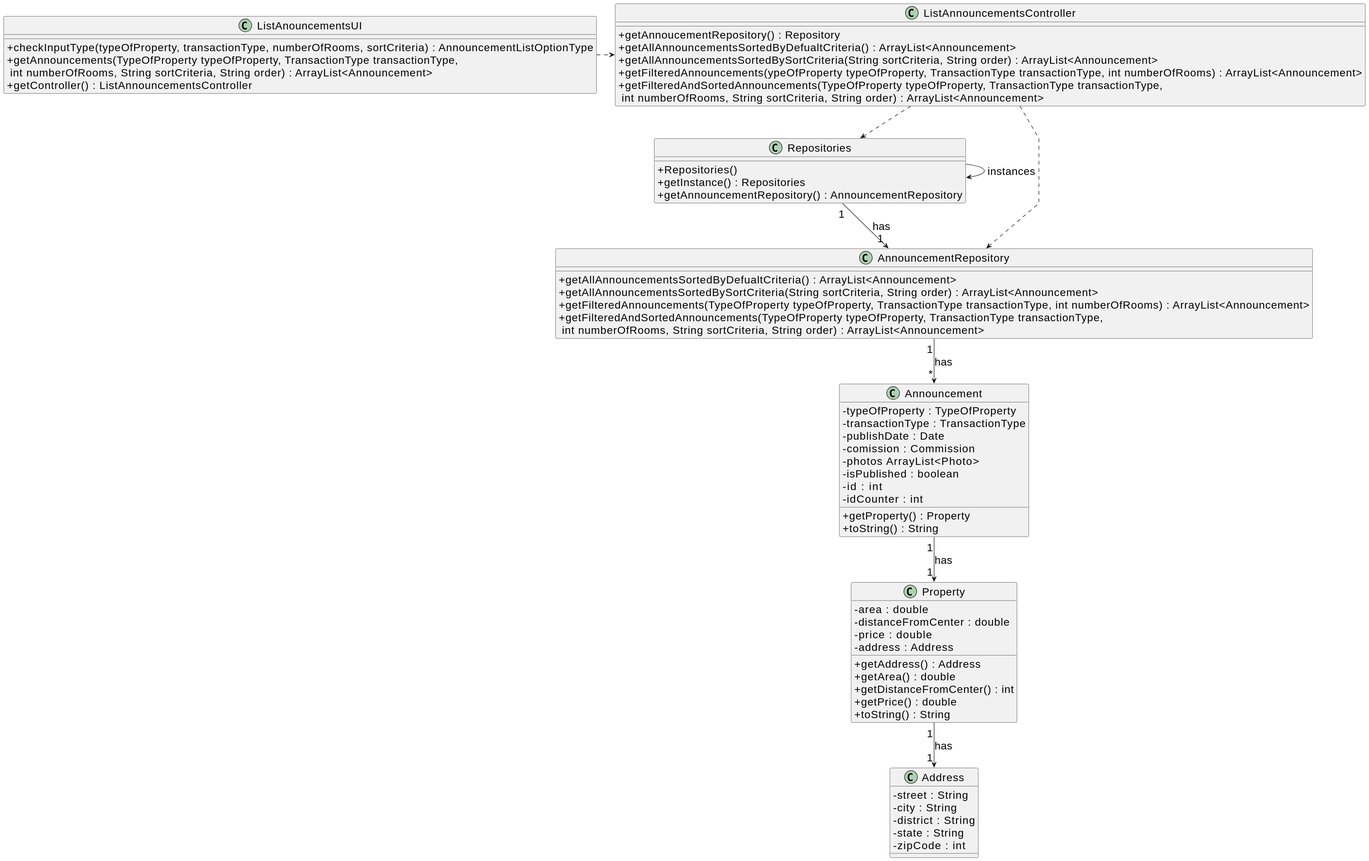
The PlantUML diagram docs/sprintC/us001/03.design/svg/us001-class-diagram.svg in Goncalves2525/real-estate-management-system, before a commit. The source it was exported from:
```plantuml
@startuml
skinparamlocked defaultFontSize 20
skinparam packageStyle rectangle
skinparam shadowing false
skinparam linetype polyline

skinparam classAttributeIconSize 0

class Property{
      - area : double
      - distanceFromCenter : double
      - price : double
      - address : Address
      + getAddress() : Address
      + getArea() : double
      + getDistanceFromCenter() : int
      + getPrice() : double
      + toString() : String
}

class Announcement {
   - typeOfProperty : TypeOfProperty
   - transactionType : TransactionType
   - publishDate : Date
   - comission : Commission
   - photos ArrayList<Photo>
   - isPublished : boolean
   - id : int
   - idCounter : int
   + getProperty() : Property
   + toString() : String
}

class AnnouncementRepository {
    +getAllAnnouncementsSortedByDefualtCriteria() : ArrayList<Announcement>
    +getAllAnnouncementsSortedBySortCriteria(String sortCriteria, String order) : ArrayList<Announcement>
    +getFilteredAnnouncements(TypeOfProperty typeOfProperty, TransactionType transactionType, int numberOfRooms) : ArrayList<Announcement>
    +getFilteredAndSortedAnnouncements(TypeOfProperty typeOfProperty, TransactionType transactionType,\n int numberOfRooms, String sortCriteria, String order) : ArrayList<Announcement>
}

class Repositories {
    +Repositories()
    +getInstance() : Repositories
    +getAnnouncementRepository() : AnnouncementRepository
}

class ListAnnouncementsController {
     +getAnnoucementRepository() : Repository
     +getAllAnnouncementsSortedByDefualtCriteria() : ArrayList<Announcement>
     +getAllAnnouncementsSortedBySortCriteria(String sortCriteria, String order) : ArrayList<Announcement>
     +getFilteredAnnouncements(ypeOfProperty typeOfProperty, TransactionType transactionType, int numberOfRooms) : ArrayList<Announcement>
     +getFilteredAndSortedAnnouncements(TypeOfProperty typeOfProperty, TransactionType transactionType,\n int numberOfRooms, String sortCriteria, String order) : ArrayList<Announcement>
}

class ListAnouncementsUI {
    +checkInputType(typeOfProperty, transactionType, numberOfRooms, sortCriteria) : AnnouncementListOptionType
    +getAnnouncements(TypeOfProperty typeOfProperty, TransactionType transactionType,\n int numberOfRooms, String sortCriteria, String order) : ArrayList<Announcement>
    +getController() : ListAnnouncementsController
}

class Address{
    - street : String
    - city : String
    - district : String
    - state : String
    - zipCode : int
}

Repositories -> Repositories : instances

ListAnouncementsUI .> ListAnnouncementsController

ListAnnouncementsController ..> Repositories

Repositories "1" --> "1" AnnouncementRepository : has

ListAnnouncementsController ..> AnnouncementRepository

AnnouncementRepository "1" --> "*" Announcement : has

Announcement "1" --> "1" Property : has

Property "1" --> "1" Address : has
@enduml
```
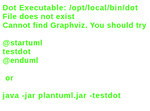
The same diagram one commit later.

Change to the diagram source:
```diff
@@ -6,79 +6,52 @@
 
 skinparam classAttributeIconSize 0
 
-class Property{
-      - area : double
-      - distanceFromCenter : double
-      - price : double
-      - address : Address
-      + getAddress() : Address
-      + getArea() : double
-      + getDistanceFromCenter() : int
-      + getPrice() : double
-      + toString() : String
+class UserSession{
 }
 
-class Announcement {
-   - typeOfProperty : TypeOfProperty
-   - transactionType : TransactionType
-   - publishDate : Date
-   - comission : Commission
-   - photos ArrayList<Photo>
-   - isPublished : boolean
-   - id : int
-   - idCounter : int
-   + getProperty() : Property
-   + toString() : String
+class AuthenticationFacade {
 }
 
-class AnnouncementRepository {
-    +getAllAnnouncementsSortedByDefualtCriteria() : ArrayList<Announcement>
-    +getAllAnnouncementsSortedBySortCriteria(String sortCriteria, String order) : ArrayList<Announcement>
-    +getFilteredAnnouncements(TypeOfProperty typeOfProperty, TransactionType transactionType, int numberOfRooms) : ArrayList<Announcement>
-    +getFilteredAndSortedAnnouncements(TypeOfProperty typeOfProperty, TransactionType transactionType,\n int numberOfRooms, String sortCriteria, String order) : ArrayList<Announcement>
+class AuthenticationRepository {
 }
 
 class Repositories {
-    +Repositories()
-    +getInstance() : Repositories
-    +getAnnouncementRepository() : AnnouncementRepository
 }
 
-class ListAnnouncementsController {
-     +getAnnoucementRepository() : Repository
-     +getAllAnnouncementsSortedByDefualtCriteria() : ArrayList<Announcement>
-     +getAllAnnouncementsSortedBySortCriteria(String sortCriteria, String order) : ArrayList<Announcement>
-     +getFilteredAnnouncements(ypeOfProperty typeOfProperty, TransactionType transactionType, int numberOfRooms) : ArrayList<Announcement>
-     +getFilteredAndSortedAnnouncements(TypeOfProperty typeOfProperty, TransactionType transactionType,\n int numberOfRooms, String sortCriteria, String order) : ArrayList<Announcement>
+class CreateOrderController {
 }
 
-class ListAnouncementsUI {
-    +checkInputType(typeOfProperty, transactionType, numberOfRooms, sortCriteria) : AnnouncementListOptionType
-    +getAnnouncements(TypeOfProperty typeOfProperty, TransactionType transactionType,\n int numberOfRooms, String sortCriteria, String order) : ArrayList<Announcement>
-    +getController() : ListAnnouncementsController
+class CreateOrderUI {
 }
 
-class Address{
-    - street : String
-    - city : String
-    - district : String
-    - state : String
-    - zipCode : int
+class User{
+}
+
+class OrderRepository{
+}
+
+class Order{
 }
 
 Repositories -> Repositories : instances
 
-ListAnouncementsUI .> ListAnnouncementsController
+CreateOrderUI .> CreateOrderController
 
-ListAnnouncementsController ..> Repositories
+CreateOrderController ..> Repositories
 
-Repositories "1" --> "1" AnnouncementRepository : has
+Repositories "1" --> "1" AuthenticationRepository : has
 
-ListAnnouncementsController ..> AnnouncementRepository
+CreateOrderController ..> AuthenticationRepository
 
-AnnouncementRepository "1" --> "*" Announcement : has
+CreateOrderController ..> OrderRepository
 
-Announcement "1" --> "1" Property : has
+AuthenticationRepository "1" --> "1" AuthenticationFacade : has
 
-Property "1" --> "1" Address : has
+AuthenticationFacade "1" --> "1" UserSession : has
+
+UserSession "1" --> "1" User : has
+
+Repositories "1" --> "1" OrderRepository : has
+
+OrderRepository "1" --> "*" Order : has
 @enduml
```
